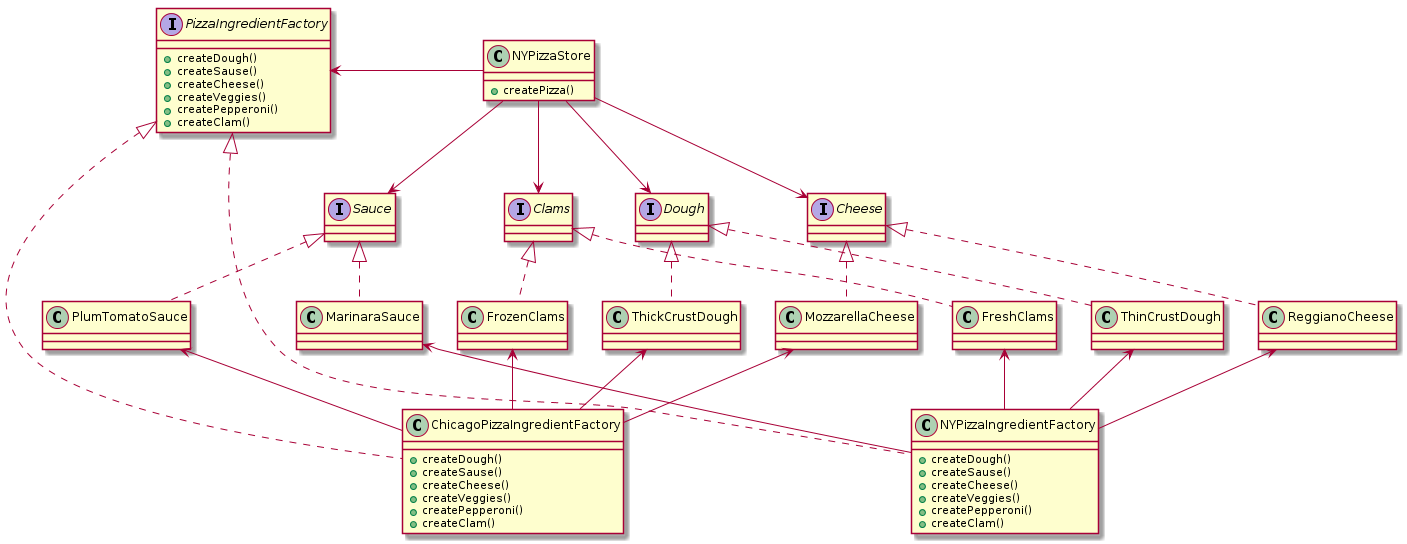
Before: factory_chapter4/abstract_factory/pizza_abstract_factory_graph.png, a diagram exported from PlantUML (weiwang-linda/design_pattern). Its diagram source:
```plantuml
@startuml
Interface PizzaIngredientFactory {
	+createDough()
	+createSause()
	+createCheese()
	+createVeggies()
	+createPepperoni()
	+createClam()
}

Interface Dough
Interface Sauce
Interface Cheese
Interface Clams

class NYPizzaIngredientFactory {
	+createDough()
	+createSause()
	+createCheese()
	+createVeggies()
	+createPepperoni()
	+createClam()
}

class ChicagoPizzaIngredientFactory {
	+createDough()
	+createSause()
	+createCheese()
	+createVeggies()
	+createPepperoni()
	+createClam()
}

PizzaIngredientFactory <|.down. NYPizzaIngredientFactory
PizzaIngredientFactory <|.down. ChicagoPizzaIngredientFactory

Dough <|.down. ThickCrustDough
Dough <|.down. ThinCrustDough

Sauce <|.down. PlumTomatoSauce
Sauce <|.down. MarinaraSauce

Cheese <|.down. MozzarellaCheese
Cheese <|.down. ReggianoCheese

Clams <|.down. FrozenClams
Clams <|.down. FreshClams

class NYPizzaStore {
	+createPizza()
}

ThickCrustDough <-- ChicagoPizzaIngredientFactory
PlumTomatoSauce <-- ChicagoPizzaIngredientFactory
MozzarellaCheese <-- ChicagoPizzaIngredientFactory
FrozenClams <-- ChicagoPizzaIngredientFactory

ThinCrustDough <-- NYPizzaIngredientFactory
MarinaraSauce <-- NYPizzaIngredientFactory
ReggianoCheese <-- NYPizzaIngredientFactory
FreshClams <-- NYPizzaIngredientFactory

Dough <-down- NYPizzaStore
Sauce <-down- NYPizzaStore
Cheese <-down- NYPizzaStore
Clams <-down- NYPizzaStore

PizzaIngredientFactory <-left- NYPizzaStore

@enduml
```
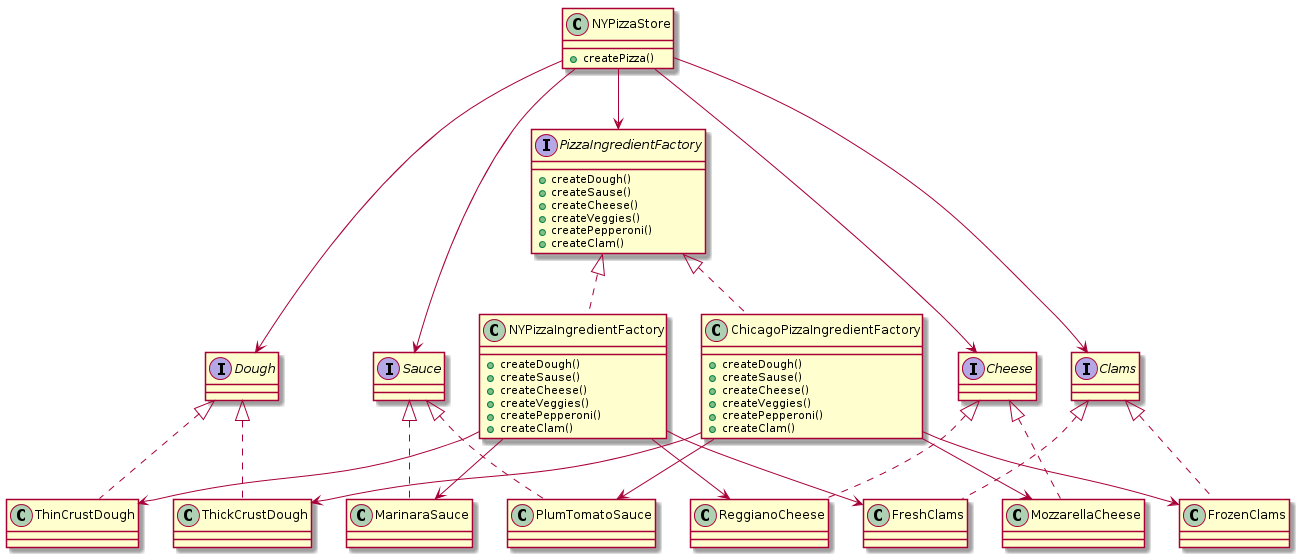
After the change.

What changed in the source:
```diff
@@ -50,21 +50,20 @@
 	+createPizza()
 }
 
-ThickCrustDough <-- ChicagoPizzaIngredientFactory
-PlumTomatoSauce <-- ChicagoPizzaIngredientFactory
-MozzarellaCheese <-- ChicagoPizzaIngredientFactory
-FrozenClams <-- ChicagoPizzaIngredientFactory
+ChicagoPizzaIngredientFactory --> ThickCrustDough
+ChicagoPizzaIngredientFactory --> PlumTomatoSauce
+ChicagoPizzaIngredientFactory --> MozzarellaCheese
+ChicagoPizzaIngredientFactory --> FrozenClams
 
-ThinCrustDough <-- NYPizzaIngredientFactory
-MarinaraSauce <-- NYPizzaIngredientFactory
-ReggianoCheese <-- NYPizzaIngredientFactory
-FreshClams <-- NYPizzaIngredientFactory
+NYPizzaIngredientFactory --> ThinCrustDough
+NYPizzaIngredientFactory --> MarinaraSauce
+NYPizzaIngredientFactory --> ReggianoCheese
+NYPizzaIngredientFactory --> FreshClams
 
-Dough <-down- NYPizzaStore
-Sauce <-down- NYPizzaStore
-Cheese <-down- NYPizzaStore
-Clams <-down- NYPizzaStore
-
-PizzaIngredientFactory <-left- NYPizzaStore
+NYPizzaStore --> PizzaIngredientFactory
+NYPizzaStore --> Dough
+NYPizzaStore --> Sauce
+NYPizzaStore --> Cheese
+NYPizzaStore --> Clams
 
 @enduml
```
